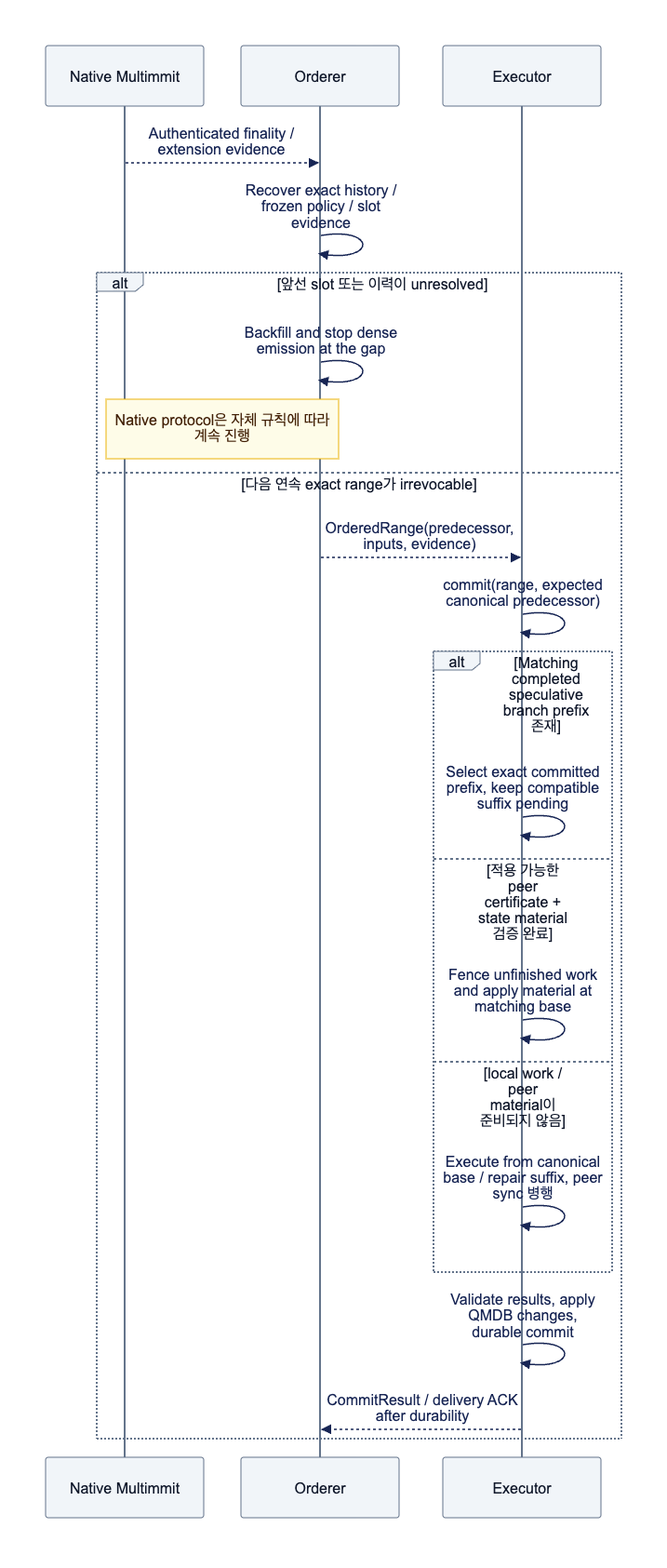
This is docs/assets/diagrams/diagram-08.png from djm07073/baton-research, a Mermaid export, as it was before one commit. Its source is kept beside it as docs/assets/diagrams/diagram-08.mmd. Source of this version:
```mermaid
sequenceDiagram
    participant N as Native Multimmit
    participant M as Orderer
    participant E as Executor
    N-->>M: Authenticated finality / extension evidence
    M->>M: Recover exact history / frozen policy / slot evidence
    alt 앞선 slot 또는 이력이 unresolved
        M->>M: Backfill and stop dense emission at the gap
        Note over N,M: Native protocol은 자체 규칙에 따라 계속 진행
    else 다음 연속 exact range가 irrevocable
        M-->>E: OrderedRange(predecessor, inputs, evidence)
        E->>E: commit(range, expected canonical predecessor)
        alt Matching completed speculative branch prefix 존재
            E->>E: Select exact committed prefix, keep compatible suffix pending
        else 적용 가능한 peer certificate + state material 검증 완료
            E->>E: Fence unfinished work and apply material at matching base
        else local work / peer material이 준비되지 않음
            E->>E: Execute from canonical base / repair suffix, peer sync 병행
        end
        E->>E: Validate results, apply QMDB changes, durable commit
        E-->>M: CommitResult / delivery ACK after durability
    end
```
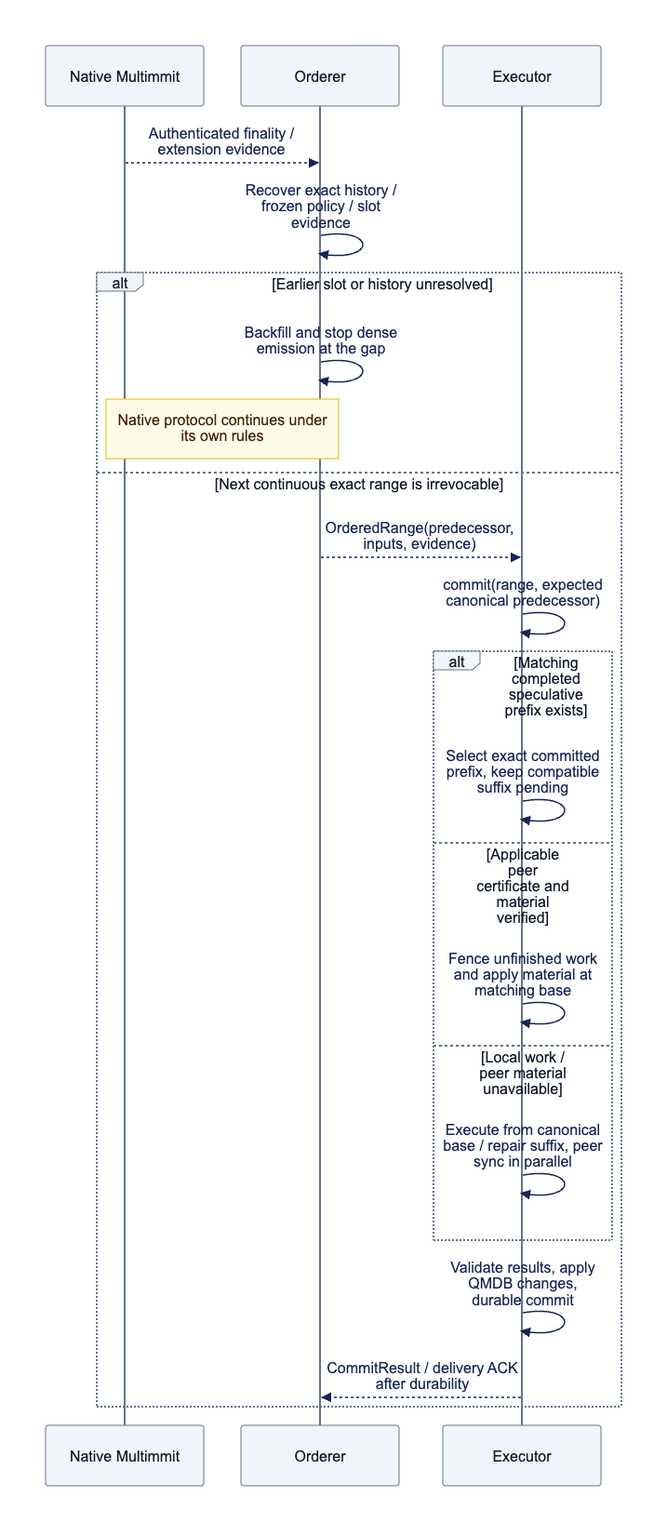
Later version of the same file.

Diff of the diagram source:
```diff
@@ -4,18 +4,18 @@
     participant E as Executor
     N-->>M: Authenticated finality / extension evidence
     M->>M: Recover exact history / frozen policy / slot evidence
-    alt 앞선 slot 또는 이력이 unresolved
+    alt Earlier slot or history unresolved
         M->>M: Backfill and stop dense emission at the gap
-        Note over N,M: Native protocol은 자체 규칙에 따라 계속 진행
-    else 다음 연속 exact range가 irrevocable
+        Note over N,M: Native protocol continues under its own rules
+    else Next continuous exact range is irrevocable
         M-->>E: OrderedRange(predecessor, inputs, evidence)
         E->>E: commit(range, expected canonical predecessor)
-        alt Matching completed speculative branch prefix 존재
+        alt Matching completed speculative prefix exists
             E->>E: Select exact committed prefix, keep compatible suffix pending
-        else 적용 가능한 peer certificate + state material 검증 완료
+        else Applicable peer certificate and material verified
             E->>E: Fence unfinished work and apply material at matching base
-        else local work / peer material이 준비되지 않음
-            E->>E: Execute from canonical base / repair suffix, peer sync 병행
+        else Local work / peer material unavailable
+            E->>E: Execute from canonical base / repair suffix, peer sync in parallel
         end
         E->>E: Validate results, apply QMDB changes, durable commit
         E-->>M: CommitResult / delivery ACK after durability
```
